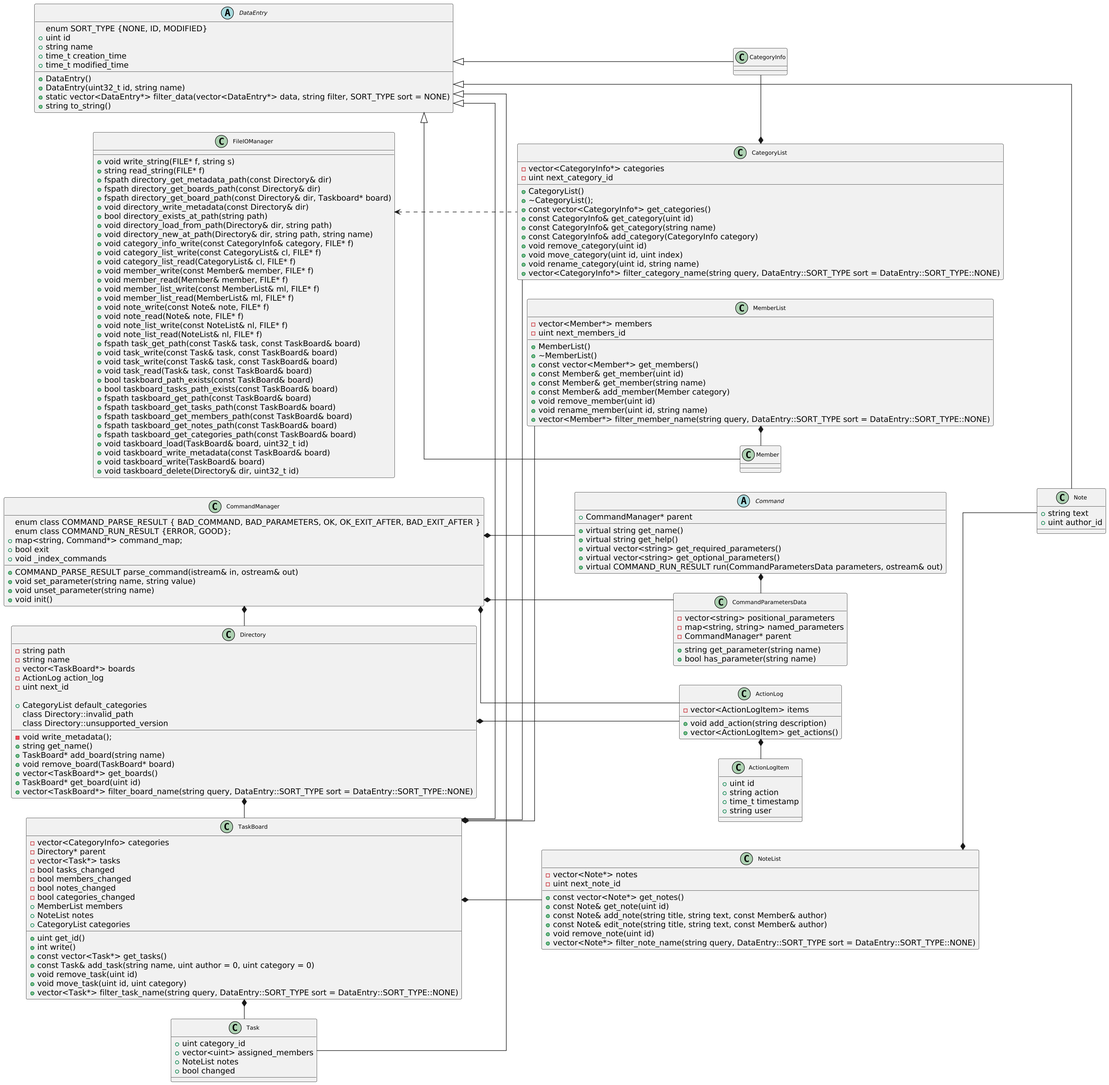
IsaiasB1122/CS100-Project keeps this PlantUML diagram as docs/ClassRelationDiagram.png. Above is the earlier version.
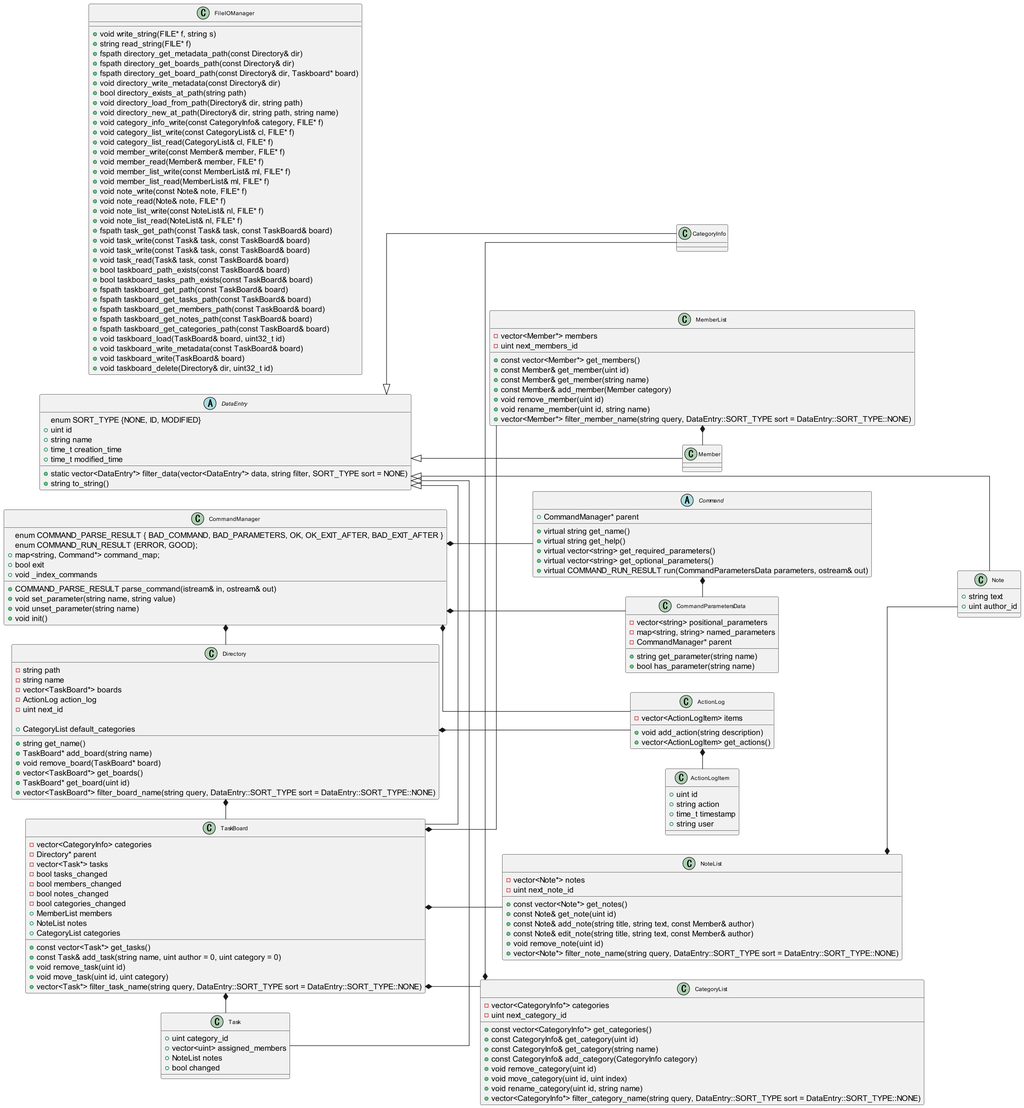
After the change.

Commit message:
Adjust class relation diagram

Change to the diagram source:
```diff
@@ -14,8 +14,6 @@
     + string name
     + time_t creation_time
     + time_t modified_time
-    + DataEntry()
-    + DataEntry(uint32_t id, string name)
     + static vector<DataEntry*> filter_data(vector<DataEntry*> data, string filter, SORT_TYPE sort = NONE)
     + string to_string()
 }
@@ -44,8 +42,6 @@
 TaskBoard : + MemberList members
 TaskBoard : + NoteList notes
 TaskBoard : + CategoryList categories
-TaskBoard : + uint get_id()
-TaskBoard : + int write()
 TaskBoard : + const vector<Task*> get_tasks()
 TaskBoard : + const Task& add_task(string name, uint author = 0, uint category = 0)
 TaskBoard : + void remove_task(uint id)
@@ -67,8 +63,6 @@
     - vector<CategoryInfo*> categories
     - uint next_category_id
 
-    + CategoryList()
-    + ~CategoryList();
     + const vector<CategoryInfo*> get_categories()
     + const CategoryInfo& get_category(uint id)
     + const CategoryInfo& get_category(string name)
@@ -83,8 +77,6 @@
     - vector<Member*> members
     - uint next_members_id
 
-    + MemberList()
-    + ~MemberList()
     + const vector<Member*> get_members()
     + const Member& get_member(uint id)
     + const Member& get_member(string name)
@@ -100,7 +92,6 @@
     - vector<TaskBoard*> boards
     - ActionLog action_log
     - uint next_id
-    - void write_metadata();
 
     + CategoryList default_categories
     + string get_name()
@@ -109,13 +100,11 @@
     + vector<TaskBoard*> get_boards()
     + TaskBoard* get_board(uint id)
     + vector<TaskBoard*> filter_board_name(string query, DataEntry::SORT_TYPE sort = DataEntry::SORT_TYPE::NONE)
-    class Directory::invalid_path
-    class Directory::unsupported_version
 }
 
 class CommandManager {
-    enum class COMMAND_PARSE_RESULT { BAD_COMMAND, BAD_PARAMETERS, OK, OK_EXIT_AFTER, BAD_EXIT_AFTER }
-    enum class COMMAND_RUN_RESULT {ERROR, GOOD};
+    enum COMMAND_PARSE_RESULT { BAD_COMMAND, BAD_PARAMETERS, OK, OK_EXIT_AFTER, BAD_EXIT_AFTER }
+    enum COMMAND_RUN_RESULT {ERROR, GOOD};
     + map<string, Command*> command_map;
     + bool exit
     + COMMAND_PARSE_RESULT parse_command(istream& in, ostream& out)
@@ -210,5 +199,4 @@
 CommandManager *--  ActionLog
 CommandManager *-  Directory
 Command  *-  CommandParametersData
-FileIOManager <.. CategoryList
 @enduml
```
